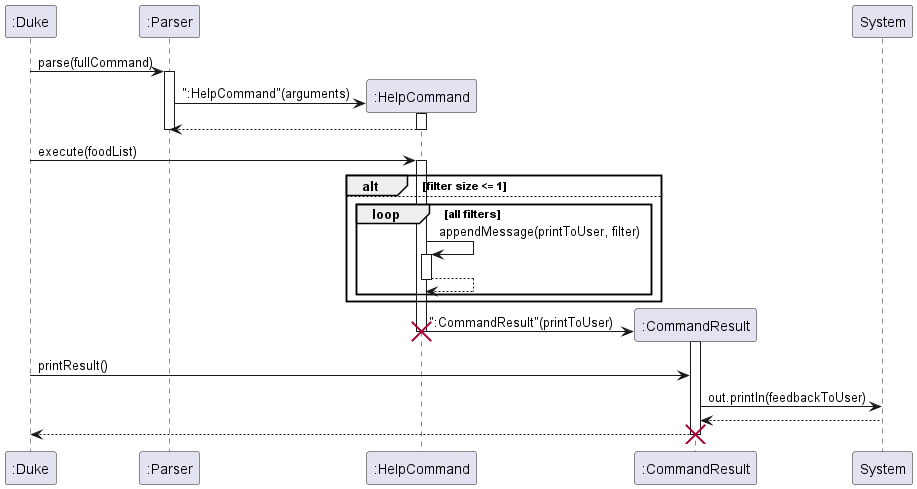
The PlantUML diagram docs/images/HelpCommandSequenceDiagram.png in tsx0314/tp, before a commit.
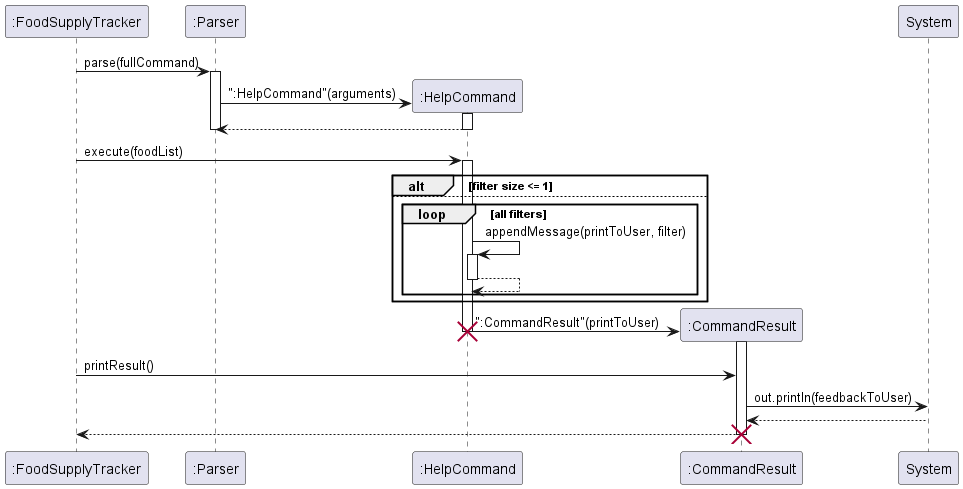
After the change.

Diff of the diagram source:
```diff
@@ -2,7 +2,7 @@
 
 
 
-":Duke" -> ":Parser": parse(fullCommand)
+":FoodSupplyTracker" -> ":Parser": parse(fullCommand)
 activate ":Parser"
 
 create ":HelpCommand" as hc
@@ -14,7 +14,7 @@
 
 
 
-":Duke" -> hc : execute(foodList)
+":FoodSupplyTracker" -> hc : execute(foodList)
 activate hc
 
 alt filter size <= 1
@@ -34,12 +34,12 @@
 deactivate hc
 destroy hc
 
-":Duke" -> cr: printResult()
+":FoodSupplyTracker" -> cr: printResult()
 cr->System: out.println(feedbackToUser)
 
 
 System --> cr
-cr --> ":Duke"
+cr --> ":FoodSupplyTracker"
 deactivate cr
 destroy cr
 
```
